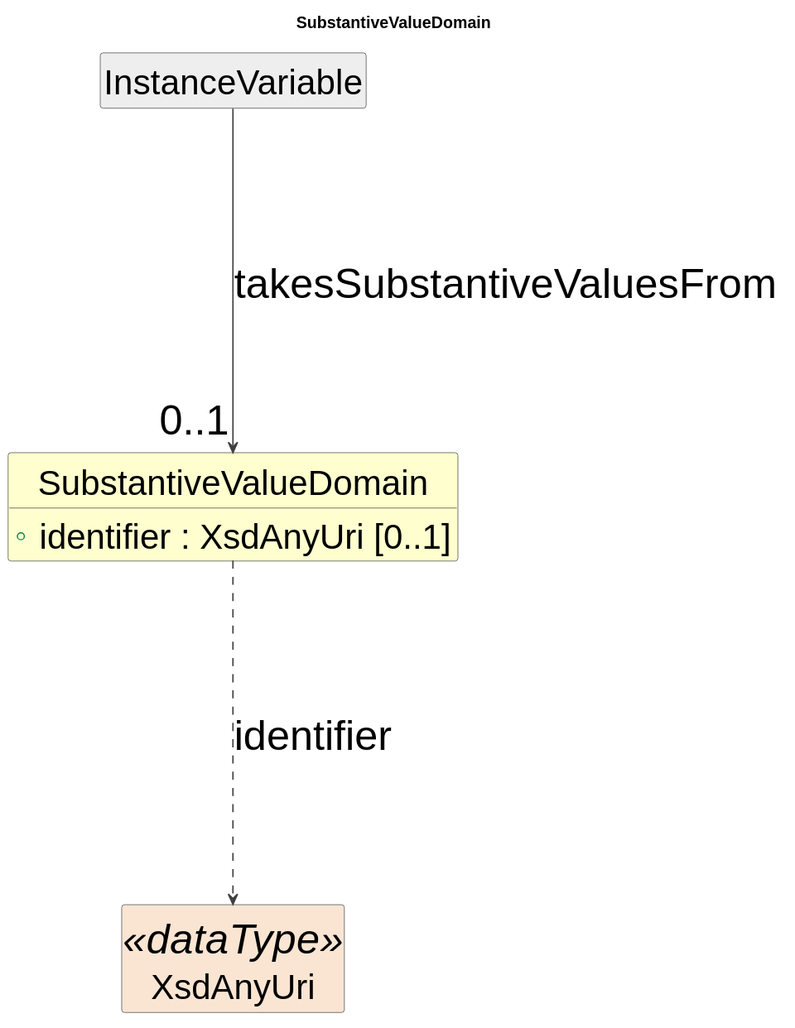
The PlantUML diagram cdif-uml-model/_plantuml/cdifDataDescription/Classes/SubstantiveValueDomain.svg in Cross-Domain-Interoperability-Framework/metadataBuildingBlocks, before a commit.
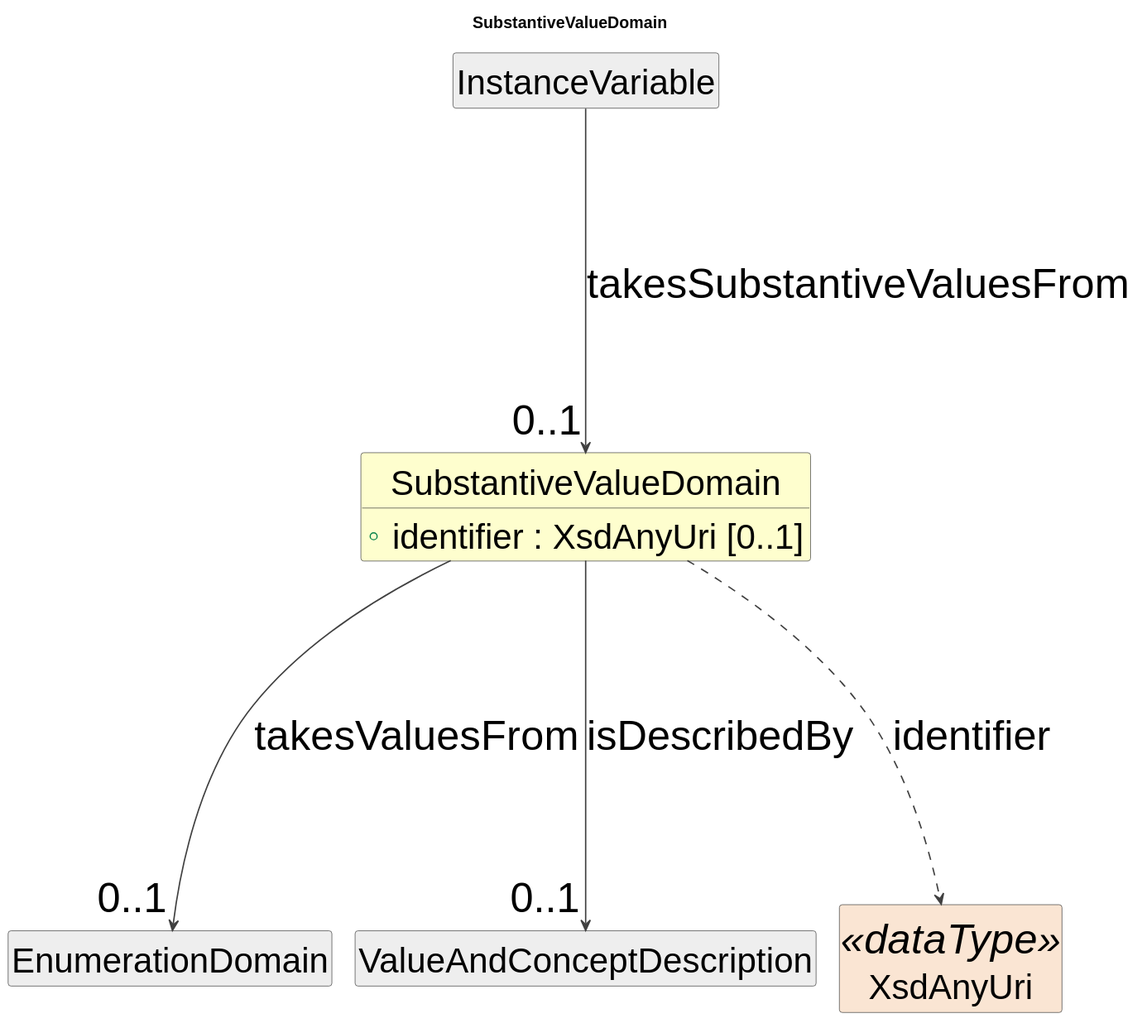
Above is the later version.

The edit, as a diff of the source:
```diff
@@ -19,6 +19,10 @@
 }
 class "InstanceVariable" as InstanceVariable #EEEEEE
 InstanceVariable --> "0..1" SubstantiveValueDomain : takesSubstantiveValuesFrom
+class "EnumerationDomain" as EnumerationDomain #EEEEEE
+SubstantiveValueDomain --> "0..1" EnumerationDomain : takesValuesFrom
+class "ValueAndConceptDescription" as ValueAndConceptDescription #EEEEEE
+SubstantiveValueDomain --> "0..1" ValueAndConceptDescription : isDescribedBy
 class "XsdAnyUri" as XsdAnyUri <<dataType>> #FAE5D3
 SubstantiveValueDomain ..> XsdAnyUri : identifier
 @enduml
```
